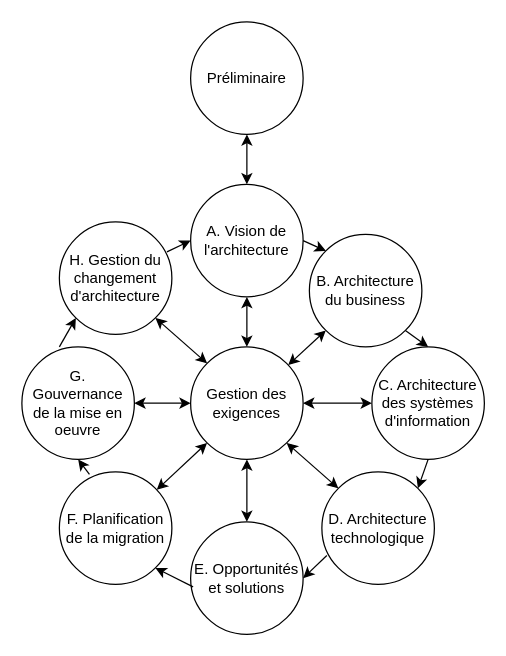
Earlier version of the draw.io diagram ADM.drawio (cjour/audit_logistics). Source tidied: cells renumbered, new cells numbered last; positions are measured from the earlier drawing's top-left corner, leaving out a move shared by most shapes. Both pictures are drawn from the tidied source at 125%, with x=0, y=0 at pixel (21, 21).
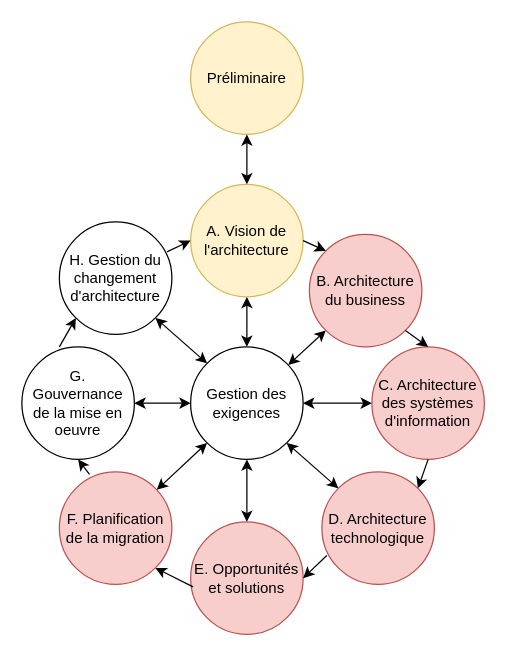
The same diagram, later.

The edit, as a diff of the source:
```diff
@@
-    <mxCell id="2" value="Préliminaire" style="ellipse;whiteSpace=wrap;html=1;" parent="1" vertex="1">
+    <mxCell id="2" value="Préliminaire" style="ellipse;whiteSpace=wrap;html=1;fillColor=#fff2cc;strokeColor=#d6b656;" parent="1" vertex="1">
       <mxGeometry x="135" width="90" height="90" as="geometry" />
     </mxCell>
-    <mxCell id="3" value="A. Vision de l'architecture " style="ellipse;whiteSpace=wrap;html=1;" parent="1" vertex="1">
+    <mxCell id="3" value="A. Vision de l'architecture " style="ellipse;whiteSpace=wrap;html=1;fillColor=#fff2cc;strokeColor=#d6b656;" parent="1" vertex="1">
       <mxGeometry x="135" y="130" width="90" height="90" as="geometry" />
     </mxCell>
-    <mxCell id="4" value="B. Architecture du business" style="ellipse;whiteSpace=wrap;html=1;" parent="1" vertex="1">
+    <mxCell id="4" value="B. Architecture du business" style="ellipse;whiteSpace=wrap;html=1;fillColor=#f8cecc;strokeColor=#b85450;" parent="1" vertex="1">
       <mxGeometry x="230" y="170" width="90" height="90" as="geometry" />
     </mxCell>
-    <mxCell id="5" value="C. Architecture des systèmes d'information" style="ellipse;whiteSpace=wrap;html=1;" parent="1" vertex="1">
+    <mxCell id="5" value="C. Architecture des systèmes d'information" style="ellipse;whiteSpace=wrap;html=1;fillColor=#f8cecc;strokeColor=#b85450;" parent="1" vertex="1">
       <mxGeometry x="280" y="260" width="90" height="90" as="geometry" />
     </mxCell>
-    <mxCell id="6" value="D. Architecture technologique" style="ellipse;whiteSpace=wrap;html=1;" parent="1" vertex="1">
+    <mxCell id="6" value="D. Architecture technologique" style="ellipse;whiteSpace=wrap;html=1;fillColor=#f8cecc;strokeColor=#b85450;" parent="1" vertex="1">
       <mxGeometry x="240" y="360" width="90" height="90" as="geometry" />
     </mxCell>
-    <mxCell id="7" value="&lt;div&gt;E. Opportunités et solutions&lt;/div&gt;" style="ellipse;whiteSpace=wrap;html=1;" parent="1" vertex="1">
+    <mxCell id="7" value="&lt;div&gt;E. Opportunités et solutions&lt;/div&gt;" style="ellipse;whiteSpace=wrap;html=1;fillColor=#f8cecc;strokeColor=#b85450;" parent="1" vertex="1">
       <mxGeometry x="135" y="400" width="90" height="90" as="geometry" />
     </mxCell>
-    <mxCell id="8" value="&lt;div&gt;F. Planification de la migration&lt;br&gt;&lt;/div&gt;" style="ellipse;whiteSpace=wrap;html=1;" parent="1" vertex="1">
+    <mxCell id="8" value="&lt;div&gt;F. Planification de la migration&lt;br&gt;&lt;/div&gt;" style="ellipse;whiteSpace=wrap;html=1;fillColor=#f8cecc;strokeColor=#b85450;" parent="1" vertex="1">
       <mxGeometry x="30" y="360" width="90" height="90" as="geometry" />
     </mxCell>
```
